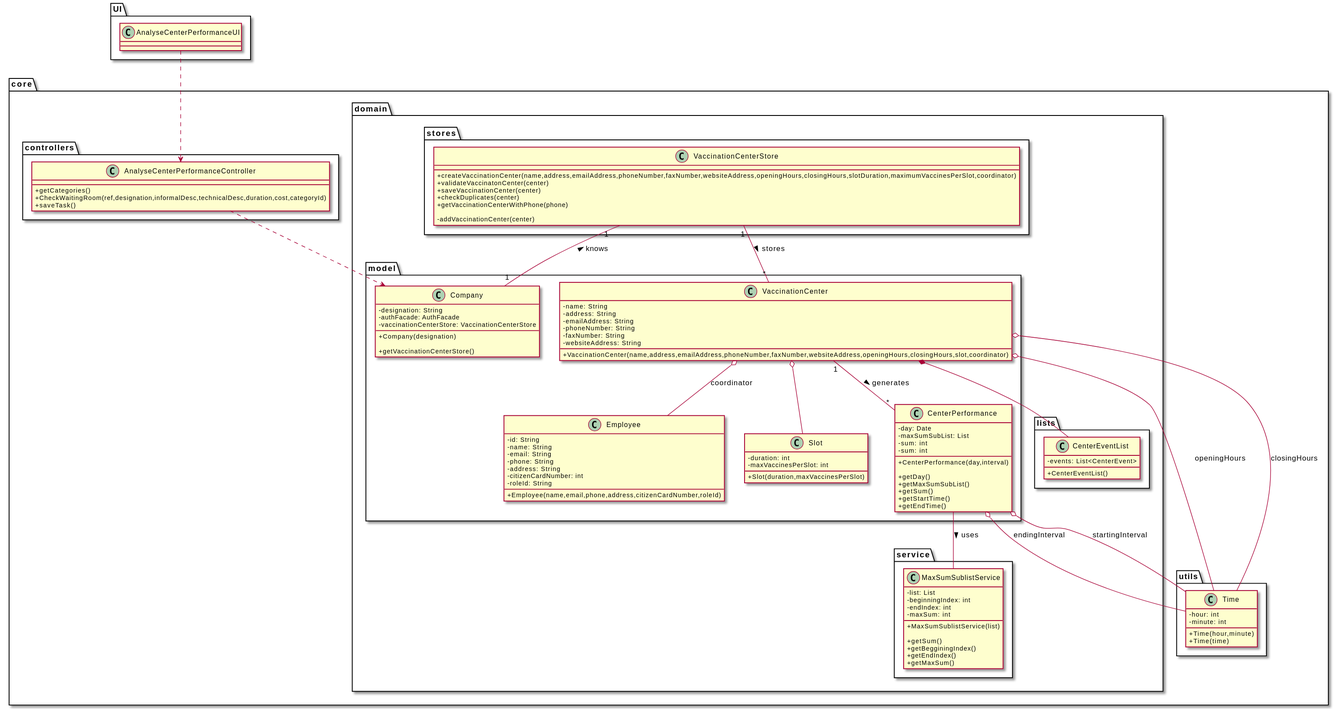
Above: docs/SprintD/US16/CD/US16_CD.svg in miseEnPlace-i/lapr2 (PlantUML), before the change.
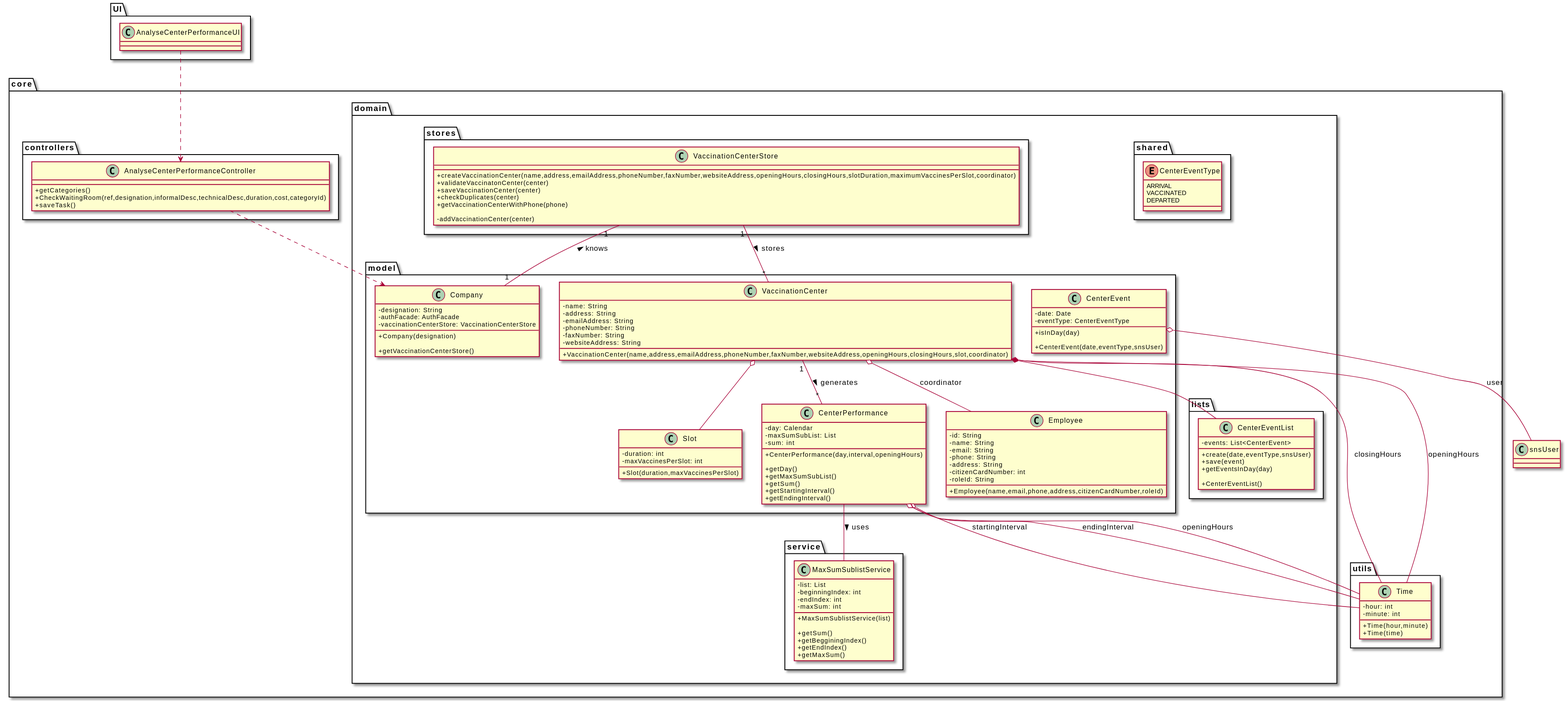
The same file after the commit.

The edit, as a diff of the source:
```diff
@@ -7,6 +7,14 @@
 
 package core {
   package domain {
+    package shared {
+      enum CenterEventType {
+        ARRIVAL
+        VACCINATED
+        DEPARTED
+      }
+    }
+
     package stores {
       class VaccinationCenterStore {
         +createVaccinationCenter(name,address,emailAddress,phoneNumber,faxNumber,websiteAddress,openingHours,closingHours,slotDuration,maximumVaccinesPerSlot,coordinator)
@@ -22,6 +30,10 @@
     package lists {
       class CenterEventList {
         - events: List<CenterEvent>
+
+        + create(date,eventType,snsUser)
+        + save(event)
+        + getEventsInDay(day)
 
         +CenterEventList()
       }
@@ -51,6 +63,15 @@
         +Employee(name,email,phone,address,citizenCardNumber,roleId)
       }
 
+      class CenterEvent {
+        - date: Date
+        - eventType: CenterEventType
+
+        + isInDay(day)
+
+        + CenterEvent(date,eventType,snsUser)
+      }
+
       class Slot {
         -duration: int
         -maxVaccinesPerSlot: int
@@ -59,18 +80,17 @@
       }
 
       class CenterPerformance {
-        - day: Date
+        - day: Calendar
         - maxSumSubList: List
         - sum: int
-        - sum: int
 
-        +CenterPerformance(day,interval)
+        +CenterPerformance(day,interval,openingHours)
 
         +getDay()
         +getMaxSumSubList()
         +getSum()
-        +getStartTime()
-        +getEndTime()
+        +getStartingInterval()
+        +getEndingInterval()
       }
 
       class Company {
@@ -133,8 +153,11 @@
 
 CenterPerformance o-- Time : startingInterval
 CenterPerformance o-- Time : endingInterval
+CenterPerformance o-- Time : openingHours
 
 CenterPerformance -- MaxSumSublistService : uses >
+
+CenterEvent o-- snsUser : user
 
 VaccinationCenterStore "1" -- "*" VaccinationCenter : stores >
 
```
